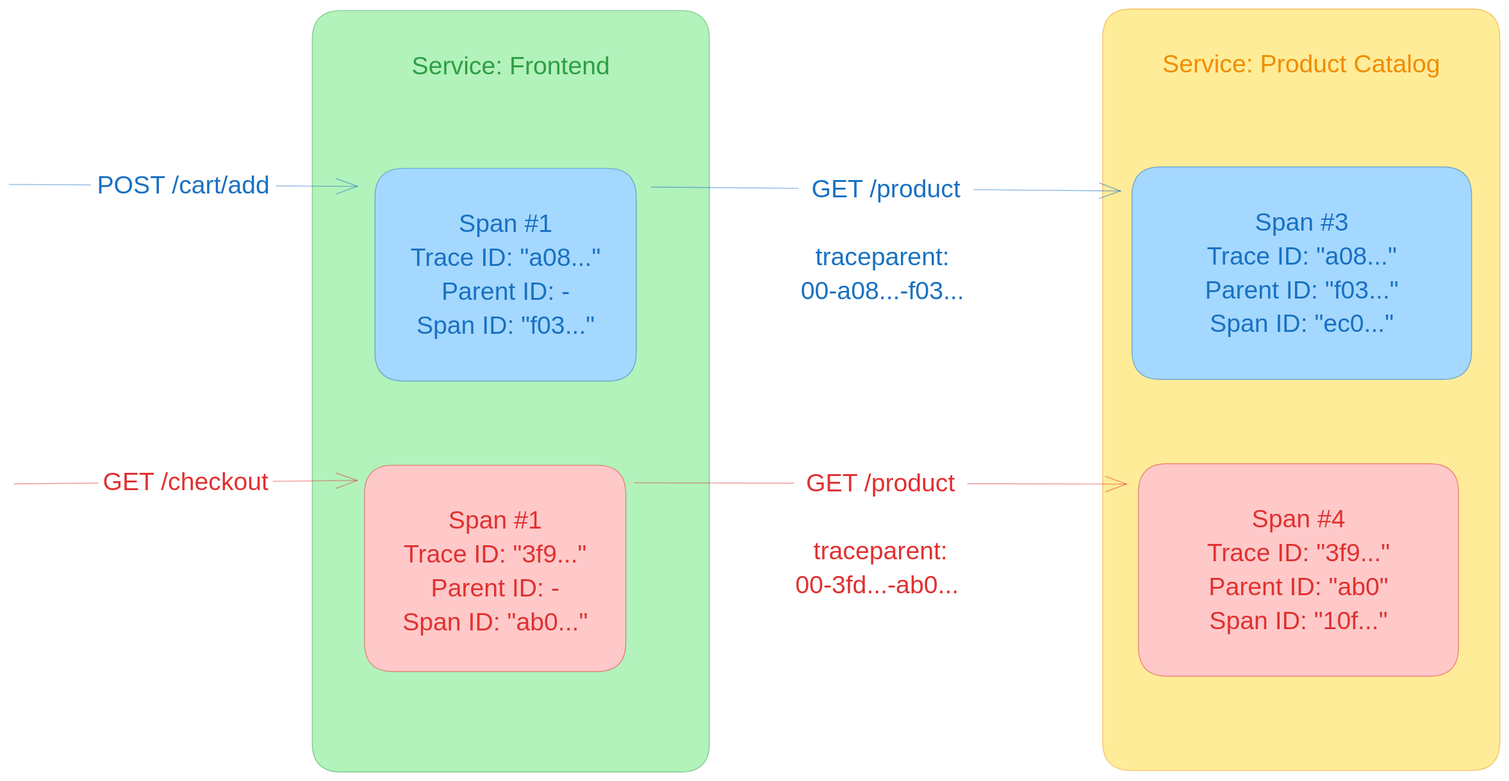
The Excalidraw diagram content/en/docs/concepts/context-propagation/context-propagation-example.svg in open-telemetry/opentelemetry.io, before a commit. Source tidied: one line per element, renumbered; positions are measured from the earlier drawing's top-left corner, leaving out a move shared by most shapes. The source it was exported from:
```json
{"id": 0, "type": "rectangle", "strokeColor": "#2f9e44", "backgroundColor": "#b2f2bb", "fillStyle": "solid", "strokeWidth": 1, "roughness": 0, "opacity": 50, "round": true, "x": 338, "y": 2, "width": 443, "height": 849}
{"id": 1, "type": "text", "text": "\nService Frontend", "strokeColor": "#2f9e44", "strokeWidth": 1, "roughness": 2, "opacity": 50, "fontSize": 28, "fontFamily": 6, "textAlign": "center", "inside": 0, "x": 452, "y": 7, "width": 214, "height": 76}
{"id": 2, "type": "rectangle", "strokeColor": "#f08c00", "backgroundColor": "#ffec99", "fillStyle": "solid", "strokeWidth": 1, "roughness": 0, "opacity": 50, "round": true, "x": 1219, "y": 0, "width": 443, "height": 849}
{"id": 3, "type": "text", "text": "\nService: Product Cataloge", "strokeColor": "#f08c00", "strokeWidth": 1, "roughness": 2, "opacity": 50, "fontSize": 28, "fontFamily": 6, "textAlign": "center", "inside": 2, "x": 1278, "y": 5, "width": 326, "height": 76}
{"id": 4, "type": "arrow", "strokeColor": "#1971c2", "strokeWidth": 1, "roughness": 0, "opacity": 50, "endArrowhead": "arrow", "x": 0, "y": 196, "width": 388, "height": 2, "points": [[0, 0], [388, 2]]}
{"id": 5, "type": "text", "text": " POST /cart/add ", "strokeColor": "#1971c2", "strokeWidth": 1, "roughness": 2, "opacity": 50, "fontSize": 28, "fontFamily": 6, "textAlign": "center", "verticalAlign": "middle", "inside": 4, "x": 91, "y": 178, "width": 206, "height": 38}
{"id": 6, "type": "rectangle", "strokeColor": "#1971c2", "backgroundColor": "#a5d8ff", "fillStyle": "solid", "strokeWidth": 1, "roughness": 0, "opacity": 50, "round": true, "x": 408, "y": 178, "width": 291, "height": 237}
{"id": 7, "type": "text", "text": "\nSpan #1\nTrace ID: \"a08...\"\nParent ID: -\nSpan ID: \"f03...\"\n", "strokeColor": "#1971c2", "strokeWidth": 1, "roughness": 2, "opacity": 50, "fontSize": 28, "fontFamily": 6, "textAlign": "center", "inside": 6, "x": 450, "y": 183, "width": 208, "height": 227}
{"id": 8, "type": "arrow", "strokeColor": "#1971c2", "strokeWidth": 1, "roughness": 0, "opacity": 50, "endArrowhead": "arrow", "from": 6, "to": 10, "x": 716, "y": 199, "width": 523, "height": 4, "points": [[0, 0], [523, 4]]}
{"id": 9, "type": "text", "text": " \n\n\nGET /product\n\ntraceparent: \n00-a08...-f03... ", "strokeColor": "#1971c2", "strokeWidth": 1, "roughness": 2, "opacity": 50, "fontSize": 28, "fontFamily": 6, "textAlign": "center", "verticalAlign": "middle", "inside": 8, "x": 880, "y": 68, "width": 194, "height": 265}
{"id": 10, "type": "rectangle", "strokeColor": "#1971c2", "backgroundColor": "#a5d8ff", "fillStyle": "solid", "strokeWidth": 1, "roughness": 0, "opacity": 50, "round": true, "x": 1252, "y": 176, "width": 379, "height": 237}
{"id": 11, "type": "text", "text": "\nSpan #3\nTrace ID: \"a08...\"\nParent ID: \"f03...\"\nSpan ID: \"ec0...\"\n", "strokeColor": "#1971c2", "strokeWidth": 1, "roughness": 2, "opacity": 50, "fontSize": 28, "fontFamily": 6, "textAlign": "center", "inside": 10, "x": 1332, "y": 181, "width": 218, "height": 227}
{"id": 12, "type": "arrow", "strokeColor": "#e03131", "strokeWidth": 1, "roughness": 0, "opacity": 50, "endArrowhead": "arrow", "x": 5, "y": 530, "width": 382, "height": 4, "points": [[0, 0], [382, -4]]}
{"id": 13, "type": "text", "text": " GET /checkout ", "strokeColor": "#e03131", "strokeWidth": 1, "roughness": 2, "opacity": 50, "fontSize": 28, "fontFamily": 6, "textAlign": "center", "verticalAlign": "middle", "inside": 12, "x": 100, "y": 509, "width": 194, "height": 38}
{"id": 14, "type": "rectangle", "strokeColor": "#e03131", "backgroundColor": "#ffc9c9", "fillStyle": "solid", "strokeWidth": 1, "roughness": 0, "opacity": 50, "round": true, "x": 396, "y": 509, "width": 291, "height": 230}
{"id": 15, "type": "text", "text": "\nSpan #1\nTrace ID: \"3f9...\"\nParent ID: -\nSpan ID: \"ab0...\"", "strokeColor": "#e03131", "strokeWidth": 1, "roughness": 2, "opacity": 50, "fontSize": 28, "fontFamily": 6, "textAlign": "center", "inside": 14, "x": 440, "y": 514, "width": 204, "height": 189}
{"id": 16, "type": "arrow", "strokeColor": "#e03131", "strokeWidth": 1, "roughness": 0, "opacity": 50, "endArrowhead": "arrow", "to": 18, "x": 697, "y": 528, "width": 549, "height": 1, "points": [[0, 0], [549, 1]]}
{"id": 17, "type": "text", "text": " \n\n\nGET /product\n\ntraceparent:\n00-3fd...-ab0... ", "strokeColor": "#e03131", "strokeWidth": 1, "roughness": 2, "opacity": 50, "fontSize": 28, "fontFamily": 6, "textAlign": "center", "verticalAlign": "middle", "inside": 16, "x": 875, "y": 397, "width": 193, "height": 265}
{"id": 18, "type": "rectangle", "strokeColor": "#e03131", "backgroundColor": "#ffc9c9", "fillStyle": "solid", "strokeWidth": 1, "roughness": 0, "opacity": 50, "round": true, "x": 1259, "y": 507, "width": 357, "height": 237}
{"id": 19, "type": "text", "text": "\nSpan #4\nTrace ID: \"3f9...\"\nParent ID: \"ab0\"\nSpan ID: \"10f...\"\n", "strokeColor": "#e03131", "strokeWidth": 1, "roughness": 2, "opacity": 50, "fontSize": 28, "fontFamily": 6, "textAlign": "center", "inside": 18, "x": 1336, "y": 512, "width": 203, "height": 227}
```
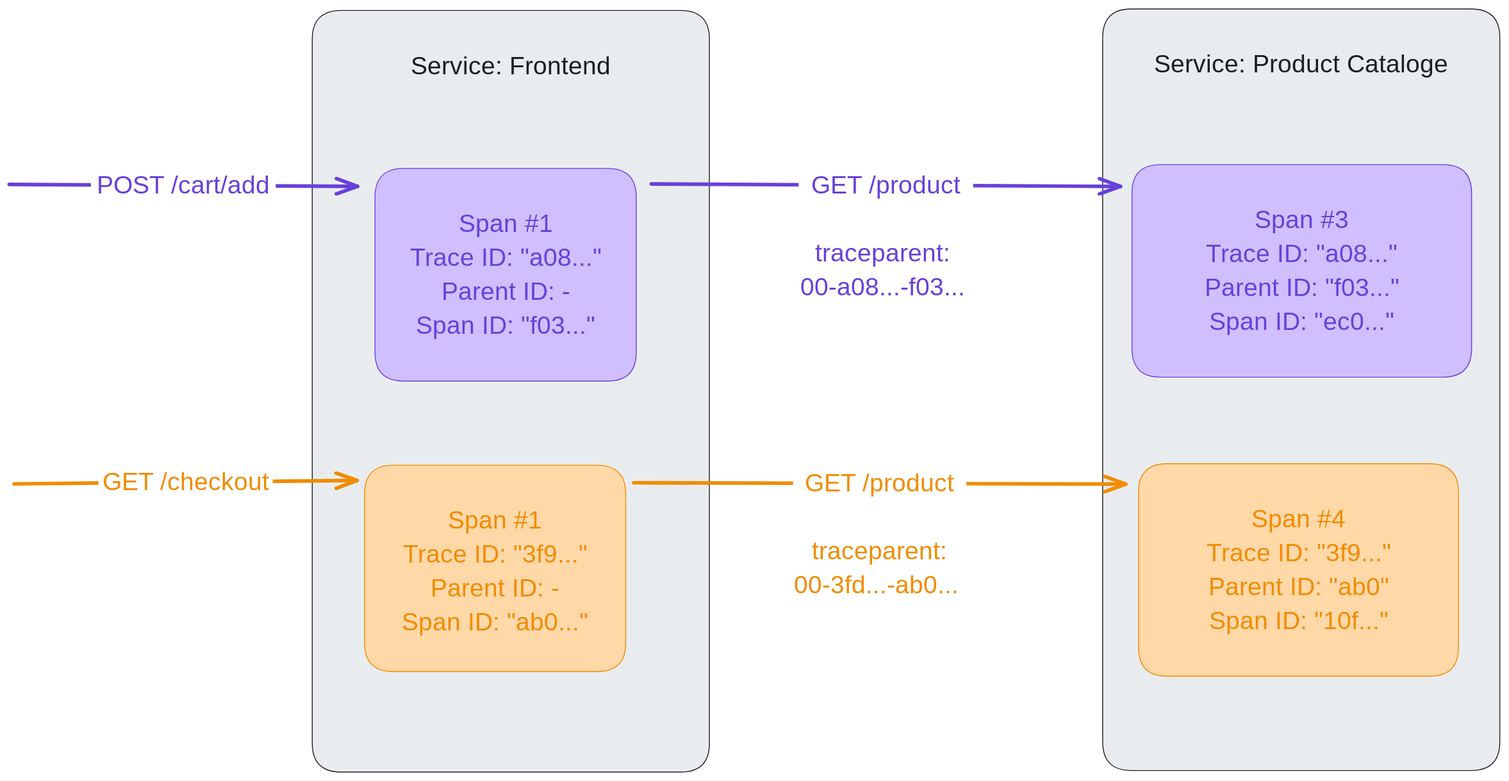
After the commit.

Change to the diagram source:
```diff
@@ -1,20 +1,20 @@
-{"id": 0, "type": "rectangle", "strokeColor": "#2f9e44", "backgroundColor": "#b2f2bb", "fillStyle": "solid", "strokeWidth": 1, "roughness": 0, "opacity": 50, "round": true, "x": 338, "y": 2, "width": 443, "height": 849}
+{"id": 0, "type": "rectangle", "strokeColor": "#1e1e1e", "backgroundColor": "#e9ecef", "fillStyle": "solid", "strokeWidth": 1, "roughness": 0, "round": true, "x": 338, "y": 2, "width": 443, "height": 849}
-{"id": 1, "type": "text", "text": "\nService Frontend", "strokeColor": "#2f9e44", "strokeWidth": 1, "roughness": 2, "opacity": 50, "fontSize": 28, "fontFamily": 6, "textAlign": "center", "inside": 0, "x": 452, "y": 7, "width": 214, "height": 76}
+{"id": 1, "type": "text", "text": "\nService: Frontend", "strokeColor": "#1e1e1e", "strokeWidth": 1, "roughness": 2, "fontSize": 28, "fontFamily": 6, "textAlign": "center", "inside": 0, "x": 449, "y": 7, "width": 220, "height": 76}
-{"id": 2, "type": "rectangle", "strokeColor": "#f08c00", "backgroundColor": "#ffec99", "fillStyle": "solid", "strokeWidth": 1, "roughness": 0, "opacity": 50, "round": true, "x": 1219, "y": 0, "width": 443, "height": 849}
+{"id": 2, "type": "rectangle", "strokeColor": "#1e1e1e", "backgroundColor": "#e9ecef", "fillStyle": "solid", "strokeWidth": 1, "roughness": 0, "round": true, "x": 1219, "y": 0, "width": 443, "height": 849}
-{"id": 3, "type": "text", "text": "\nService: Product Cataloge", "strokeColor": "#f08c00", "strokeWidth": 1, "roughness": 2, "opacity": 50, "fontSize": 28, "fontFamily": 6, "textAlign": "center", "inside": 2, "x": 1278, "y": 5, "width": 326, "height": 76}
+{"id": 3, "type": "text", "text": "\nService: Product Cataloge", "strokeColor": "#1e1e1e", "strokeWidth": 1, "roughness": 2, "fontSize": 28, "fontFamily": 6, "textAlign": "center", "inside": 2, "x": 1278, "y": 5, "width": 326, "height": 76}
-{"id": 4, "type": "arrow", "strokeColor": "#1971c2", "strokeWidth": 1, "roughness": 0, "opacity": 50, "endArrowhead": "arrow", "x": 0, "y": 196, "width": 388, "height": 2, "points": [[0, 0], [388, 2]]}
+{"id": 4, "type": "arrow", "strokeColor": "#6741d9", "strokeWidth": 4, "roughness": 0, "endArrowhead": "arrow", "x": 0, "y": 196, "width": 388, "height": 2, "points": [[0, 0], [388, 2]]}
-{"id": 5, "type": "text", "text": " POST /cart/add ", "strokeColor": "#1971c2", "strokeWidth": 1, "roughness": 2, "opacity": 50, "fontSize": 28, "fontFamily": 6, "textAlign": "center", "verticalAlign": "middle", "inside": 4, "x": 91, "y": 178, "width": 206, "height": 38}
+{"id": 5, "type": "text", "text": " POST /cart/add ", "strokeColor": "#6741d9", "strokeWidth": 1, "roughness": 2, "fontSize": 28, "fontFamily": 6, "textAlign": "center", "verticalAlign": "middle", "inside": 4, "x": 91, "y": 178, "width": 206, "height": 38}
-{"id": 6, "type": "rectangle", "strokeColor": "#1971c2", "backgroundColor": "#a5d8ff", "fillStyle": "solid", "strokeWidth": 1, "roughness": 0, "opacity": 50, "round": true, "x": 408, "y": 178, "width": 291, "height": 237}
+{"id": 6, "type": "rectangle", "strokeColor": "#6741d9", "backgroundColor": "#d0bfff", "fillStyle": "solid", "strokeWidth": 1, "roughness": 0, "round": true, "x": 408, "y": 178, "width": 291, "height": 237}
-{"id": 7, "type": "text", "text": "\nSpan #1\nTrace ID: \"a08...\"\nParent ID: -\nSpan ID: \"f03...\"\n", "strokeColor": "#1971c2", "strokeWidth": 1, "roughness": 2, "opacity": 50, "fontSize": 28, "fontFamily": 6, "textAlign": "center", "inside": 6, "x": 450, "y": 183, "width": 208, "height": 227}
+{"id": 7, "type": "text", "text": "\nSpan #1\nTrace ID: \"a08...\"\nParent ID: -\nSpan ID: \"f03...\"\n", "strokeColor": "#6741d9", "strokeWidth": 1, "roughness": 2, "fontSize": 28, "fontFamily": 6, "textAlign": "center", "inside": 6, "x": 450, "y": 183, "width": 208, "height": 227}
-{"id": 8, "type": "arrow", "strokeColor": "#1971c2", "strokeWidth": 1, "roughness": 0, "opacity": 50, "endArrowhead": "arrow", "from": 6, "to": 10, "x": 716, "y": 199, "width": 523, "height": 4, "points": [[0, 0], [523, 4]]}
+{"id": 8, "type": "arrow", "strokeColor": "#6741d9", "strokeWidth": 4, "roughness": 0, "endArrowhead": "arrow", "from": 6, "to": 10, "x": 716, "y": 195, "width": 523, "height": 3, "points": [[0, 0], [523, 3]]}
-{"id": 9, "type": "text", "text": " \n\n\nGET /product\n\ntraceparent: \n00-a08...-f03... ", "strokeColor": "#1971c2", "strokeWidth": 1, "roughness": 2, "opacity": 50, "fontSize": 28, "fontFamily": 6, "textAlign": "center", "verticalAlign": "middle", "inside": 8, "x": 880, "y": 68, "width": 194, "height": 265}
+{"id": 9, "type": "text", "text": " \n\n\nGET /product\n\ntraceparent: \n00-a08...-f03... ", "strokeColor": "#6741d9", "strokeWidth": 1, "roughness": 2, "fontSize": 28, "fontFamily": 6, "textAlign": "center", "verticalAlign": "middle", "inside": 8, "x": 880, "y": 68, "width": 194, "height": 265}
-{"id": 10, "type": "rectangle", "strokeColor": "#1971c2", "backgroundColor": "#a5d8ff", "fillStyle": "solid", "strokeWidth": 1, "roughness": 0, "opacity": 50, "round": true, "x": 1252, "y": 176, "width": 379, "height": 237}
+{"id": 10, "type": "rectangle", "strokeColor": "#6741d9", "backgroundColor": "#d0bfff", "fillStyle": "solid", "strokeWidth": 1, "roughness": 0, "round": true, "x": 1252, "y": 174, "width": 379, "height": 237}
-{"id": 11, "type": "text", "text": "\nSpan #3\nTrace ID: \"a08...\"\nParent ID: \"f03...\"\nSpan ID: \"ec0...\"\n", "strokeColor": "#1971c2", "strokeWidth": 1, "roughness": 2, "opacity": 50, "fontSize": 28, "fontFamily": 6, "textAlign": "center", "inside": 10, "x": 1332, "y": 181, "width": 218, "height": 227}
+{"id": 11, "type": "text", "text": "\nSpan #3\nTrace ID: \"a08...\"\nParent ID: \"f03...\"\nSpan ID: \"ec0...\"\n", "strokeColor": "#6741d9", "strokeWidth": 1, "roughness": 2, "fontSize": 28, "fontFamily": 6, "textAlign": "center", "inside": 10, "x": 1332, "y": 179, "width": 218, "height": 227}
-{"id": 12, "type": "arrow", "strokeColor": "#e03131", "strokeWidth": 1, "roughness": 0, "opacity": 50, "endArrowhead": "arrow", "x": 5, "y": 530, "width": 382, "height": 4, "points": [[0, 0], [382, -4]]}
+{"id": 12, "type": "arrow", "strokeColor": "#f08c00", "strokeWidth": 4, "roughness": 0, "endArrowhead": "arrow", "x": 5, "y": 530, "width": 382, "height": 4, "points": [[0, 0], [382, -4]]}
-{"id": 13, "type": "text", "text": " GET /checkout ", "strokeColor": "#e03131", "strokeWidth": 1, "roughness": 2, "opacity": 50, "fontSize": 28, "fontFamily": 6, "textAlign": "center", "verticalAlign": "middle", "inside": 12, "x": 100, "y": 509, "width": 194, "height": 38}
+{"id": 13, "type": "text", "text": " GET /checkout ", "strokeColor": "#f08c00", "strokeWidth": 1, "roughness": 2, "fontSize": 28, "fontFamily": 6, "textAlign": "center", "verticalAlign": "middle", "inside": 12, "x": 100, "y": 509, "width": 194, "height": 38}
-{"id": 14, "type": "rectangle", "strokeColor": "#e03131", "backgroundColor": "#ffc9c9", "fillStyle": "solid", "strokeWidth": 1, "roughness": 0, "opacity": 50, "round": true, "x": 396, "y": 509, "width": 291, "height": 230}
+{"id": 14, "type": "rectangle", "strokeColor": "#f08c00", "backgroundColor": "#ffd8a8", "fillStyle": "solid", "strokeWidth": 1, "roughness": 0, "round": true, "x": 396, "y": 509, "width": 291, "height": 230}
-{"id": 15, "type": "text", "text": "\nSpan #1\nTrace ID: \"3f9...\"\nParent ID: -\nSpan ID: \"ab0...\"", "strokeColor": "#e03131", "strokeWidth": 1, "roughness": 2, "opacity": 50, "fontSize": 28, "fontFamily": 6, "textAlign": "center", "inside": 14, "x": 440, "y": 514, "width": 204, "height": 189}
+{"id": 15, "type": "text", "text": "\nSpan #1\nTrace ID: \"3f9...\"\nParent ID: -\nSpan ID: \"ab0...\"", "strokeColor": "#f08c00", "strokeWidth": 1, "roughness": 2, "fontSize": 28, "fontFamily": 6, "textAlign": "center", "inside": 14, "x": 440, "y": 514, "width": 204, "height": 189}
-{"id": 16, "type": "arrow", "strokeColor": "#e03131", "strokeWidth": 1, "roughness": 0, "opacity": 50, "endArrowhead": "arrow", "to": 18, "x": 697, "y": 528, "width": 549, "height": 1, "points": [[0, 0], [549, 1]]}
+{"id": 16, "type": "arrow", "strokeColor": "#f08c00", "strokeWidth": 4, "roughness": 0, "endArrowhead": "arrow", "to": 18, "x": 696, "y": 528, "width": 549, "height": 1, "points": [[0, 0], [549, 1]]}
-{"id": 17, "type": "text", "text": " \n\n\nGET /product\n\ntraceparent:\n00-3fd...-ab0... ", "strokeColor": "#e03131", "strokeWidth": 1, "roughness": 2, "opacity": 50, "fontSize": 28, "fontFamily": 6, "textAlign": "center", "verticalAlign": "middle", "inside": 16, "x": 875, "y": 397, "width": 193, "height": 265}
+{"id": 17, "type": "text", "text": " \n\n\nGET /product\n\ntraceparent:\n00-3fd...-ab0... ", "strokeColor": "#f08c00", "strokeWidth": 1, "roughness": 2, "fontSize": 28, "fontFamily": 6, "textAlign": "center", "verticalAlign": "middle", "inside": 16, "x": 875, "y": 397, "width": 193, "height": 265}
-{"id": 18, "type": "rectangle", "strokeColor": "#e03131", "backgroundColor": "#ffc9c9", "fillStyle": "solid", "strokeWidth": 1, "roughness": 0, "opacity": 50, "round": true, "x": 1259, "y": 507, "width": 357, "height": 237}
+{"id": 18, "type": "rectangle", "strokeColor": "#f08c00", "backgroundColor": "#ffd8a8", "fillStyle": "solid", "strokeWidth": 1, "roughness": 0, "round": true, "x": 1259, "y": 507, "width": 357, "height": 237}
-{"id": 19, "type": "text", "text": "\nSpan #4\nTrace ID: \"3f9...\"\nParent ID: \"ab0\"\nSpan ID: \"10f...\"\n", "strokeColor": "#e03131", "strokeWidth": 1, "roughness": 2, "opacity": 50, "fontSize": 28, "fontFamily": 6, "textAlign": "center", "inside": 18, "x": 1336, "y": 512, "width": 203, "height": 227}
+{"id": 19, "type": "text", "text": "\nSpan #4\nTrace ID: \"3f9...\"\nParent ID: \"ab0\"\nSpan ID: \"10f...\"\n", "strokeColor": "#f08c00", "strokeWidth": 1, "roughness": 2, "fontSize": 28, "fontFamily": 6, "textAlign": "center", "inside": 18, "x": 1336, "y": 512, "width": 203, "height": 227}
```
